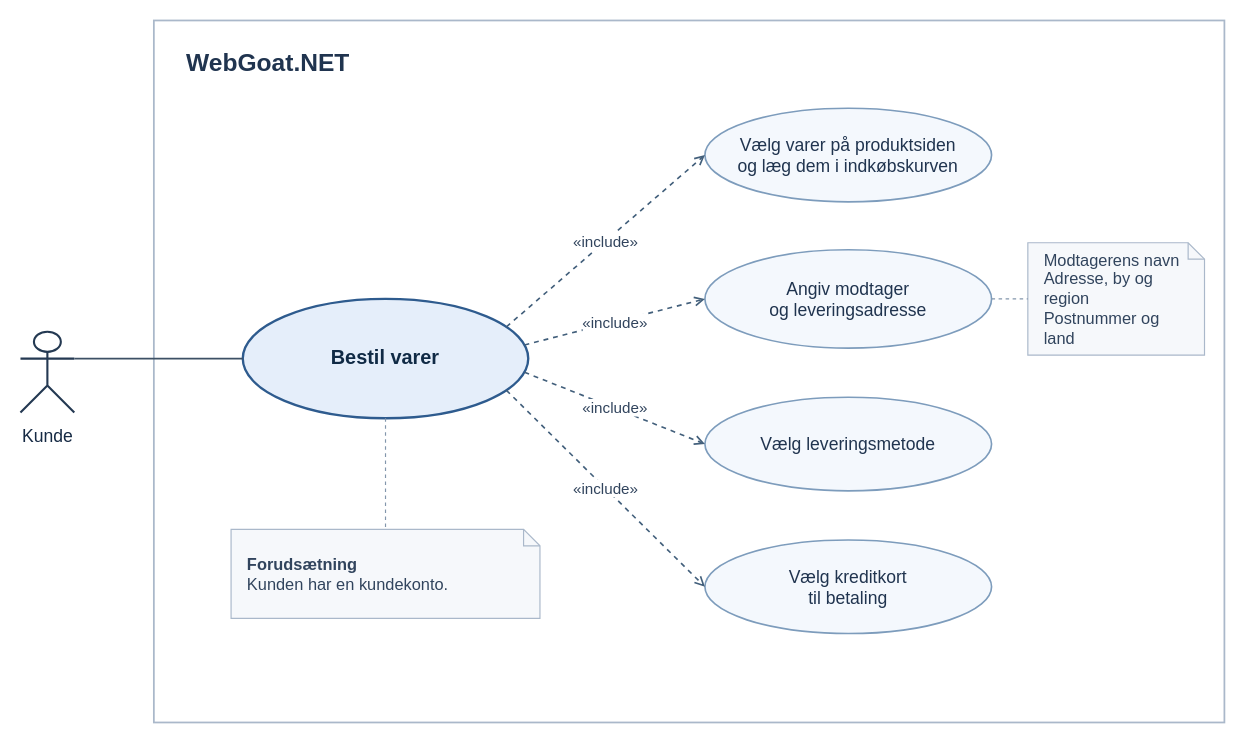
Above: dokumenter/Drawio/Bestilling af varer.drawio in MagnusMadsen/Software_sikkerhed_eksamen (draw.io), before the change. Source tidied: cells renumbered, new cells numbered last; positions are measured from the earlier drawing's top-left corner, leaving out a move shared by most shapes. Both pictures are drawn from the tidied source at 117%, with x=0, y=0 at pixel (20, 20).
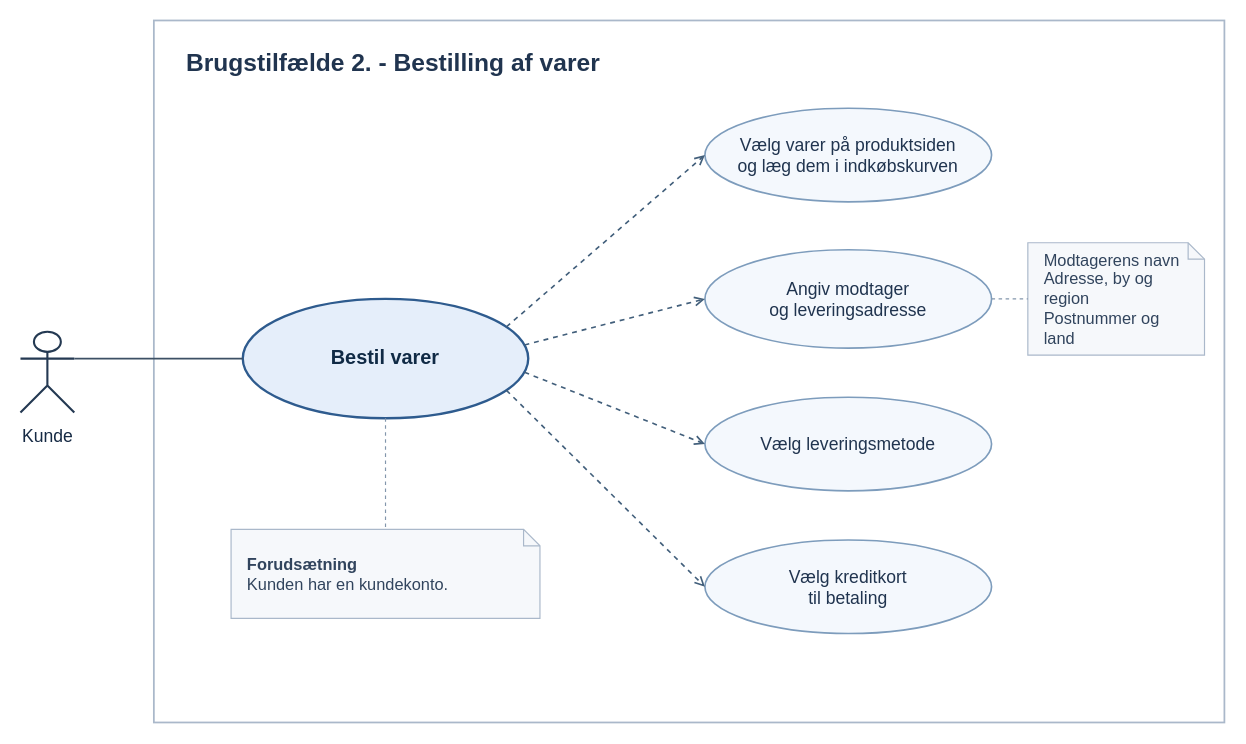
The same diagram, later.

Commit message (it also covers changes not shown here):
updatering af drawio brugstilfælde

Change to the diagram source:
```diff
@@
 <mxGraphModel>
   <root>
     <mxCell id="0" />
     <mxCell id="1" parent="0" />
     <mxCell id="2" style="rounded=0;html=1;fillColor=#FFFFFF;strokeColor=#AAB8CA;strokeWidth=1.5;" parent="1" vertex="1">
       <mxGeometry x="114" width="915" height="600" as="geometry" />
     </mxCell>
-    <mxCell id="3" value="WebGoat.NET" style="text;html=1;strokeColor=none;fillColor=none;align=left;verticalAlign=middle;fontSize=21;fontStyle=1;fontColor=#20344F;" parent="1" vertex="1">
-      <mxGeometry x="140" y="19" width="210" height="34" as="geometry" />
+    <mxCell id="3" value="&lt;span style=&quot;color: rgb(32, 52, 79);&quot;&gt;Brugstilfælde 2. -&amp;nbsp;Bestilling af varer&lt;/span&gt;" style="text;html=1;strokeColor=none;fillColor=none;align=left;verticalAlign=middle;fontSize=21;fontStyle=1;fontColor=#20344F;" parent="1" vertex="1">
+      <mxGeometry x="140" y="19" width="445" height="34" as="geometry" />
     </mxCell>
     <mxCell id="4" value="Kunde" style="shape=umlActor;html=1;verticalLabelPosition=bottom;verticalAlign=top;spacingTop=5;strokeColor=#243952;strokeWidth=1.8;fontColor=#162A44;fontSize=15;" parent="1" vertex="1">
       <mxGeometry y="266" width="46" height="69" as="geometry" />
     </mxCell>
     <mxCell id="5" value="Bestil varer" style="ellipse;whiteSpace=wrap;html=1;fillColor=#E5EEFA;strokeColor=#2E5B8E;strokeWidth=2;fontColor=#102A45;fontStyle=1;fontSize=17;" parent="1" vertex="1">
       <mxGeometry x="190" y="238" width="244" height="102" as="geometry" />
     </mxCell>
     <mxCell id="6" value="Vælg varer på produktsiden&lt;br&gt;og læg dem i indkøbskurven" style="ellipse;whiteSpace=wrap;html=1;fillColor=#F4F8FD;strokeColor=#7D9CBC;strokeWidth=1.4;fontColor=#20344F;fontSize=15;" parent="1" vertex="1">
       <mxGeometry x="585" y="75" width="245" height="80" as="geometry" />
     </mxCell>
     <mxCell id="7" value="Angiv modtager&lt;br&gt;og leveringsadresse" style="ellipse;whiteSpace=wrap;html=1;fillColor=#F4F8FD;strokeColor=#7D9CBC;strokeWidth=1.4;fontColor=#20344F;fontSize=15;" parent="1" vertex="1">
       <mxGeometry x="585" y="196" width="245" height="84" as="geometry" />
     </mxCell>
     <mxCell id="8" value="Vælg leveringsmetode" style="ellipse;whiteSpace=wrap;html=1;fillColor=#F4F8FD;strokeColor=#7D9CBC;strokeWidth=1.4;fontColor=#20344F;fontSize=15;" parent="1" vertex="1">
       <mxGeometry x="585" y="322" width="245" height="80" as="geometry" />
     </mxCell>
     <mxCell id="9" value="Vælg kreditkort&lt;br&gt;til betaling" style="ellipse;whiteSpace=wrap;html=1;fillColor=#F4F8FD;strokeColor=#7D9CBC;strokeWidth=1.4;fontColor=#20344F;fontSize=15;" parent="1" vertex="1">
       <mxGeometry x="585" y="444" width="245" height="80" as="geometry" />
     </mxCell>
     <mxCell id="10" value="&lt;b&gt;Forudsætning&lt;/b&gt;&lt;br&gt;Kunden har en kundekonto." style="shape=note;size=14;whiteSpace=wrap;html=1;align=left;verticalAlign=middle;spacingLeft=12;spacingRight=13;fillColor=#F6F8FB;strokeColor=#AAB8CA;fontColor=#31445D;fontSize=14;" parent="1" vertex="1">
       <mxGeometry x="180" y="435" width="264" height="76" as="geometry" />
     </mxCell>
     <mxCell id="11" value="Modtagerens navn&lt;br&gt;Adresse, by og region&lt;br&gt;Postnummer og land" style="shape=note;size=14;whiteSpace=wrap;html=1;align=left;verticalAlign=middle;spacingLeft=12;spacingRight=13;fillColor=#F6F8FB;strokeColor=#AAB8CA;fontColor=#31445D;fontSize=14;" parent="1" vertex="1">
       <mxGeometry x="861" y="190" width="151" height="96" as="geometry" />
     </mxCell>
     <mxCell id="12" style="endArrow=none;html=1;strokeColor=#3D5065;strokeWidth=1.5;exitX=1;exitY=0.333333;exitPerimeter=0;entryX=0;entryY=0.5;" parent="1" edge="1" source="4" target="5">
       <mxGeometry relative="1" as="geometry" />
     </mxCell>
-    <mxCell id="13" value="«include»" style="dashed=1;endArrow=open;endFill=0;html=1;strokeColor=#425F7B;strokeWidth=1.4;fontColor=#31445D;fontSize=13;labelBackgroundColor=#FFFFFF;exitX=1;exitY=0.18;entryX=0;entryY=0.5;" parent="1" edge="1" source="5" target="6">
+    <mxCell id="13" style="dashed=1;endArrow=open;endFill=0;html=1;strokeColor=#425F7B;strokeWidth=1.4;fontColor=#31445D;fontSize=13;labelBackgroundColor=#FFFFFF;exitX=1;exitY=0.18;entryX=0;entryY=0.5;" parent="1" edge="1" source="5" target="6">
       <mxGeometry relative="1" as="geometry" />
     </mxCell>
-    <mxCell id="14" value="«include»" style="dashed=1;endArrow=open;endFill=0;html=1;strokeColor=#425F7B;strokeWidth=1.4;fontColor=#31445D;fontSize=13;labelBackgroundColor=#FFFFFF;exitX=1;exitY=0.38;entryX=0;entryY=0.5;" parent="1" edge="1" source="5" target="7">
+    <mxCell id="14" style="dashed=1;endArrow=open;endFill=0;html=1;strokeColor=#425F7B;strokeWidth=1.4;fontColor=#31445D;fontSize=13;labelBackgroundColor=#FFFFFF;exitX=1;exitY=0.38;entryX=0;entryY=0.5;" parent="1" edge="1" source="5" target="7">
       <mxGeometry relative="1" as="geometry" />
     </mxCell>
-    <mxCell id="15" value="«include»" style="dashed=1;endArrow=open;endFill=0;html=1;strokeColor=#425F7B;strokeWidth=1.4;fontColor=#31445D;fontSize=13;labelBackgroundColor=#FFFFFF;exitX=1;exitY=0.62;entryX=0;entryY=0.5;" parent="1" edge="1" source="5" target="8">
+    <mxCell id="15" style="dashed=1;endArrow=open;endFill=0;html=1;strokeColor=#425F7B;strokeWidth=1.4;fontColor=#31445D;fontSize=13;labelBackgroundColor=#FFFFFF;exitX=1;exitY=0.62;entryX=0;entryY=0.5;" parent="1" edge="1" source="5" target="8">
       <mxGeometry relative="1" as="geometry" />
     </mxCell>
-    <mxCell id="16" value="«include»" style="dashed=1;endArrow=open;endFill=0;html=1;strokeColor=#425F7B;strokeWidth=1.4;fontColor=#31445D;fontSize=13;labelBackgroundColor=#FFFFFF;exitX=1;exitY=0.82;entryX=0;entryY=0.5;" parent="1" edge="1" source="5" target="9">
+    <mxCell id="16" style="dashed=1;endArrow=open;endFill=0;html=1;strokeColor=#425F7B;strokeWidth=1.4;fontColor=#31445D;fontSize=13;labelBackgroundColor=#FFFFFF;exitX=1;exitY=0.82;entryX=0;entryY=0.5;" parent="1" edge="1" source="5" target="9">
       <mxGeometry relative="1" as="geometry" />
     </mxCell>
     <mxCell id="17" style="dashed=1;endArrow=none;html=1;strokeColor=#8396AC;exitX=0.5;exitY=1;entryX=0.5;entryY=0;" parent="1" edge="1" source="5" target="10">
       <mxGeometry relative="1" as="geometry" />
     </mxCell>
     <mxCell id="18" style="dashed=1;endArrow=none;html=1;strokeColor=#8396AC;exitX=1;exitY=0.5;entryX=0;entryY=0.5;" parent="1" edge="1" source="7" target="11">
       <mxGeometry relative="1" as="geometry" />
     </mxCell>
   </root>
 </mxGraphModel>
```
